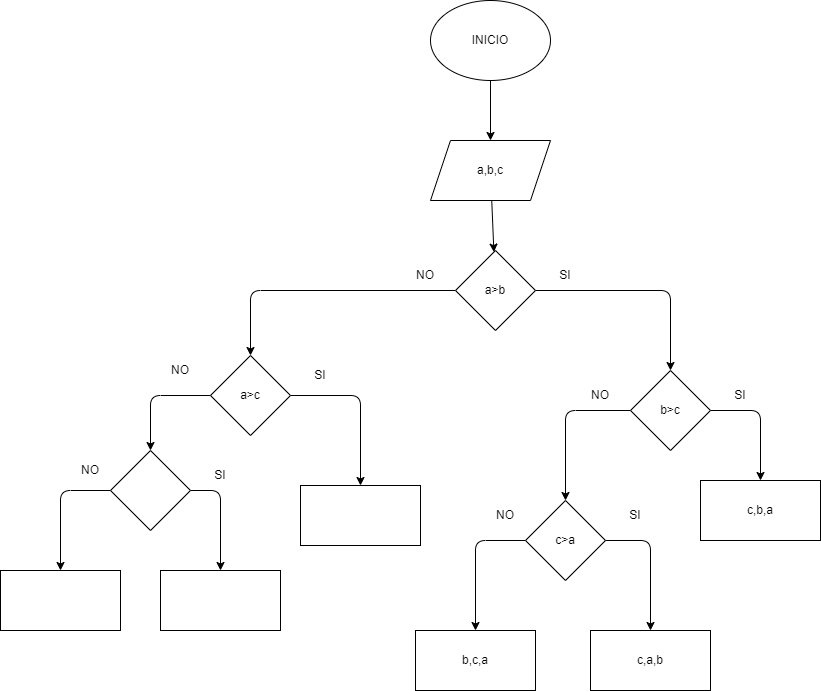
Steeven117/ordenar-numeros keeps this draw.io diagram as diagrama.png. Above is the earlier version. Source tidied: cells renumbered, new cells last; positions are measured from the earlier drawing's top-left corner, leaving out a move shared by most shapes.
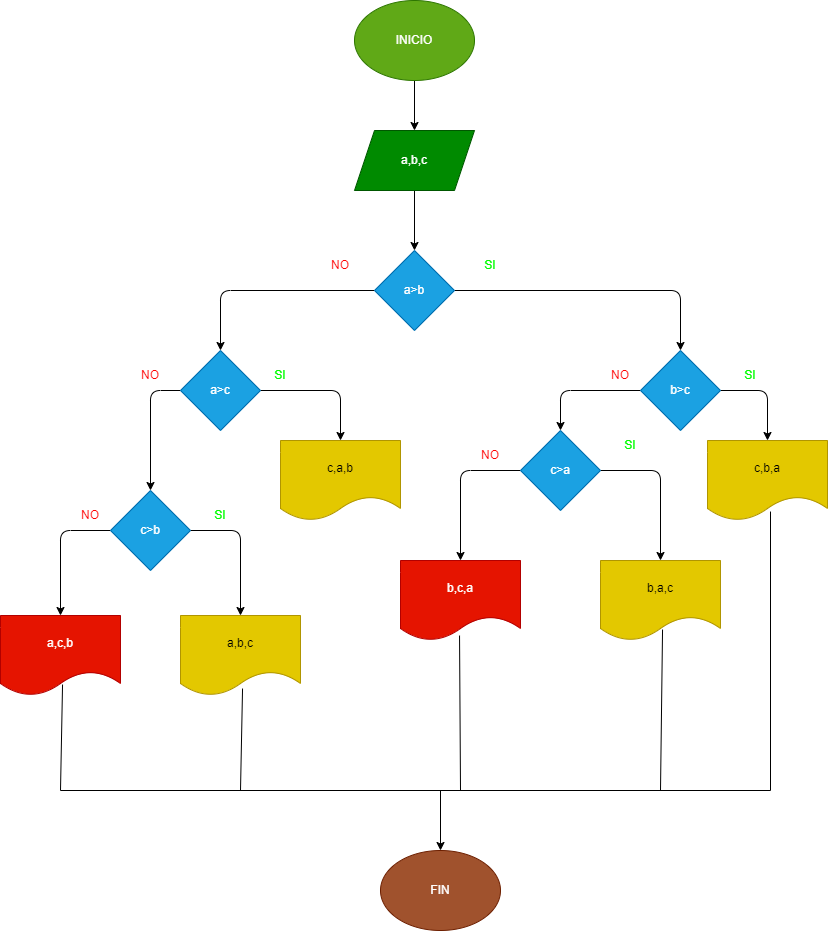
Later version of the same file.

What changed in the source:
```diff
@@ -5,147 +5,186 @@
     <mxCell id="2" style="edgeStyle=none;html=1;" parent="1" edge="1" source="3" target="5">
       <mxGeometry relative="1" as="geometry" />
     </mxCell>
-    <mxCell id="3" value="INICIO" style="ellipse;whiteSpace=wrap;html=1;" parent="1" vertex="1">
-      <mxGeometry x="430" width="120" height="80" as="geometry" />
+    <mxCell id="3" value="INICIO" style="ellipse;whiteSpace=wrap;html=1;fillColor=#60a917;fontColor=#ffffff;strokeColor=#2D7600;" parent="1" vertex="1">
+      <mxGeometry x="344" y="-30" width="120" height="80" as="geometry" />
     </mxCell>
     <mxCell id="4" style="edgeStyle=none;html=1;" parent="1" edge="1" source="5" target="8">
       <mxGeometry relative="1" as="geometry" />
     </mxCell>
-    <mxCell id="5" value="a,b,c" style="shape=parallelogram;perimeter=parallelogramPerimeter;whiteSpace=wrap;html=1;fixedSize=1;" parent="1" vertex="1">
-      <mxGeometry x="430" y="140" width="120" height="60" as="geometry" />
+    <mxCell id="5" value="a,b,c" style="shape=parallelogram;perimeter=parallelogramPerimeter;whiteSpace=wrap;html=1;fixedSize=1;fillColor=#008a00;fontColor=#ffffff;strokeColor=#005700;" parent="1" vertex="1">
+      <mxGeometry x="344" y="100" width="120" height="60" as="geometry" />
     </mxCell>
+    <mxCell id="37" style="edgeStyle=none;html=1;" parent="1" edge="1" source="8" target="13">
+      <mxGeometry relative="1" as="geometry">
+        <Array as="points">
+          <mxPoint x="670" y="260" />
+        </Array>
+      </mxGeometry>
+    </mxCell>
-    <mxCell id="6" style="edgeStyle=none;html=1;entryX=0.5;entryY=0;entryDx=0;entryDy=0;" parent="1" edge="1" source="8" target="19">
+    <mxCell id="6" style="edgeStyle=none;html=1;" parent="1" edge="1" source="8" target="41">
       <mxGeometry relative="1" as="geometry">
         <Array as="points">
-          <mxPoint x="250" y="290" />
+          <mxPoint x="210" y="260" />
         </Array>
       </mxGeometry>
     </mxCell>
+    <mxCell id="8" value="a&amp;gt;b" style="rhombus;whiteSpace=wrap;html=1;fillColor=#1ba1e2;fontColor=#ffffff;strokeColor=#006EAF;" parent="1" vertex="1">
+      <mxGeometry x="364" y="220" width="80" height="80" as="geometry" />
+    </mxCell>
-    <mxCell id="7" style="edgeStyle=none;html=1;entryX=0.5;entryY=0;entryDx=0;entryDy=0;" parent="1" edge="1" source="8" target="13">
+    <mxCell id="7" style="edgeStyle=none;html=1;" parent="1" edge="1" source="13" target="44">
       <mxGeometry relative="1" as="geometry">
         <Array as="points">
-          <mxPoint x="670" y="290" />
+          <mxPoint x="550" y="360" />
         </Array>
       </mxGeometry>
     </mxCell>
-    <mxCell id="8" value="a&amp;gt;b" style="rhombus;whiteSpace=wrap;html=1;" parent="1" vertex="1">
-      <mxGeometry x="455" y="250" width="80" height="80" as="geometry" />
-    </mxCell>
-    <mxCell id="9" value="SI" style="text;html=1;strokeColor=none;fillColor=none;align=center;verticalAlign=middle;whiteSpace=wrap;rounded=0;" parent="1" vertex="1">
-      <mxGeometry x="535" y="260" width="60" height="30" as="geometry" />
-    </mxCell>
-    <mxCell id="10" value="NO" style="text;html=1;strokeColor=none;fillColor=none;align=center;verticalAlign=middle;whiteSpace=wrap;rounded=0;" parent="1" vertex="1">
-      <mxGeometry x="395" y="260" width="60" height="30" as="geometry" />
-    </mxCell>
+    <mxCell id="38" style="edgeStyle=none;html=1;entryX=0.5;entryY=0;entryDx=0;entryDy=0;" parent="1" edge="1" source="13" target="18">
+      <mxGeometry relative="1" as="geometry">
+        <Array as="points">
+          <mxPoint x="757" y="360" />
+        </Array>
+      </mxGeometry>
+    </mxCell>
+    <mxCell id="13" value="b&amp;gt;c" style="rhombus;whiteSpace=wrap;html=1;fillColor=#1ba1e2;fontColor=#ffffff;strokeColor=#006EAF;" parent="1" vertex="1">
+      <mxGeometry x="630" y="320" width="80" height="80" as="geometry" />
+    </mxCell>
+    <mxCell id="39" style="edgeStyle=none;html=1;entryX=0.5;entryY=0;entryDx=0;entryDy=0;" parent="1" edge="1" source="41" target="24">
+      <mxGeometry relative="1" as="geometry">
+        <Array as="points">
+          <mxPoint x="330" y="360" />
+        </Array>
+      </mxGeometry>
+    </mxCell>
+    <mxCell id="40" style="edgeStyle=none;html=1;" parent="1" edge="1" source="41" target="46">
+      <mxGeometry relative="1" as="geometry">
+        <Array as="points">
+          <mxPoint x="140" y="360" />
+        </Array>
+      </mxGeometry>
+    </mxCell>
+    <mxCell id="41" value="a&amp;gt;c" style="rhombus;whiteSpace=wrap;html=1;fillColor=#1ba1e2;fontColor=#ffffff;strokeColor=#006EAF;" parent="1" vertex="1">
+      <mxGeometry x="170" y="320" width="80" height="80" as="geometry" />
+    </mxCell>
+    <mxCell id="42" style="edgeStyle=none;html=1;entryX=0.5;entryY=0;entryDx=0;entryDy=0;" parent="1" edge="1" source="44" target="52">
+      <mxGeometry relative="1" as="geometry">
+        <Array as="points">
+          <mxPoint x="650" y="440" />
+        </Array>
+      </mxGeometry>
+    </mxCell>
+    <mxCell id="43" style="edgeStyle=none;html=1;" parent="1" edge="1" source="44" target="21">
+      <mxGeometry relative="1" as="geometry">
+        <Array as="points">
+          <mxPoint x="450" y="440" />
+        </Array>
+      </mxGeometry>
+    </mxCell>
+    <mxCell id="44" value="c&amp;gt;a" style="rhombus;whiteSpace=wrap;html=1;fillColor=#1ba1e2;fontColor=#ffffff;strokeColor=#006EAF;" parent="1" vertex="1">
+      <mxGeometry x="510" y="400" width="80" height="80" as="geometry" />
+    </mxCell>
+    <mxCell id="45" style="edgeStyle=none;html=1;entryX=0.5;entryY=0;entryDx=0;entryDy=0;" parent="1" edge="1" source="46" target="20">
+      <mxGeometry relative="1" as="geometry">
+        <Array as="points">
+          <mxPoint x="230" y="500" />
+        </Array>
+      </mxGeometry>
+    </mxCell>
+    <mxCell id="14" style="edgeStyle=none;html=1;entryX=0.5;entryY=0;entryDx=0;entryDy=0;" parent="1" edge="1" source="46" target="51">
+      <mxGeometry relative="1" as="geometry">
+        <Array as="points">
+          <mxPoint x="50" y="500" />
+        </Array>
+      </mxGeometry>
+    </mxCell>
+    <mxCell id="46" value="c&amp;gt;b" style="rhombus;whiteSpace=wrap;html=1;fillColor=#1ba1e2;fontColor=#ffffff;strokeColor=#006EAF;" parent="1" vertex="1">
+      <mxGeometry x="100" y="460" width="80" height="80" as="geometry" />
+    </mxCell>
-    <mxCell id="11" style="edgeStyle=none;html=1;" parent="1" edge="1" source="13" target="14">
-      <mxGeometry relative="1" as="geometry">
-        <Array as="points">
-          <mxPoint x="760" y="410" />
-        </Array>
-      </mxGeometry>
+    <mxCell id="11" value="&lt;font color=&quot;#00ff00&quot;&gt;SI&lt;/font&gt;" style="text;html=1;strokeColor=none;fillColor=none;align=center;verticalAlign=middle;whiteSpace=wrap;rounded=0;" parent="1" vertex="1">
+      <mxGeometry x="450" y="220" width="60" height="30" as="geometry" />
     </mxCell>
-    <mxCell id="12" style="edgeStyle=none;html=1;entryX=0.5;entryY=0;entryDx=0;entryDy=0;" parent="1" edge="1" source="13" target="27">
-      <mxGeometry relative="1" as="geometry">
-        <Array as="points">
-          <mxPoint x="565" y="410" />
-        </Array>
-      </mxGeometry>
+    <mxCell id="12" value="&lt;font color=&quot;#ff0000&quot;&gt;NO&lt;/font&gt;" style="text;html=1;strokeColor=none;fillColor=none;align=center;verticalAlign=middle;whiteSpace=wrap;rounded=0;" parent="1" vertex="1">
+      <mxGeometry x="300" y="220" width="60" height="30" as="geometry" />
     </mxCell>
-    <mxCell id="13" value="b&amp;gt;c" style="rhombus;whiteSpace=wrap;html=1;" parent="1" vertex="1">
-      <mxGeometry x="630" y="370" width="80" height="80" as="geometry" />
-    </mxCell>
-    <mxCell id="14" value="c,b,a" style="whiteSpace=wrap;html=1;" parent="1" vertex="1">
-      <mxGeometry x="700" y="480" width="120" height="60" as="geometry" />
-    </mxCell>
-    <mxCell id="15" value="NO" style="text;html=1;strokeColor=none;fillColor=none;align=center;verticalAlign=middle;whiteSpace=wrap;rounded=0;" parent="1" vertex="1">
-      <mxGeometry x="570" y="380" width="60" height="30" as="geometry" />
+    <mxCell id="15" value="&lt;font color=&quot;#00ff00&quot;&gt;SI&lt;/font&gt;" style="text;html=1;strokeColor=none;fillColor=none;align=center;verticalAlign=middle;whiteSpace=wrap;rounded=0;" parent="1" vertex="1">
+      <mxGeometry x="710" y="330" width="60" height="30" as="geometry" />
     </mxCell>
-    <mxCell id="16" value="SI" style="text;html=1;strokeColor=none;fillColor=none;align=center;verticalAlign=middle;whiteSpace=wrap;rounded=0;" parent="1" vertex="1">
-      <mxGeometry x="710" y="380" width="60" height="30" as="geometry" />
+    <mxCell id="16" value="&lt;font color=&quot;#ff0000&quot;&gt;NO&lt;/font&gt;" style="text;html=1;strokeColor=none;fillColor=none;align=center;verticalAlign=middle;whiteSpace=wrap;rounded=0;" parent="1" vertex="1">
+      <mxGeometry x="580" y="330" width="60" height="30" as="geometry" />
     </mxCell>
+    <mxCell id="47" value="&lt;font color=&quot;#ff0000&quot;&gt;NO&lt;/font&gt;" style="text;html=1;strokeColor=none;fillColor=none;align=center;verticalAlign=middle;whiteSpace=wrap;rounded=0;" parent="1" vertex="1">
+      <mxGeometry x="450" y="410" width="60" height="30" as="geometry" />
+    </mxCell>
+    <mxCell id="48" value="&lt;font color=&quot;#00ff00&quot;&gt;SI&lt;/font&gt;" style="text;html=1;strokeColor=none;fillColor=none;align=center;verticalAlign=middle;whiteSpace=wrap;rounded=0;" parent="1" vertex="1">
+      <mxGeometry x="590" y="400" width="60" height="30" as="geometry" />
+    </mxCell>
+    <mxCell id="19" value="&lt;font color=&quot;#00ff00&quot;&gt;SI&lt;/font&gt;" style="text;html=1;strokeColor=none;fillColor=none;align=center;verticalAlign=middle;whiteSpace=wrap;rounded=0;" parent="1" vertex="1">
+      <mxGeometry x="240" y="330" width="60" height="30" as="geometry" />
+    </mxCell>
+    <mxCell id="49" value="&lt;font color=&quot;#ff0000&quot;&gt;NO&lt;/font&gt;" style="text;html=1;strokeColor=none;fillColor=none;align=center;verticalAlign=middle;whiteSpace=wrap;rounded=0;" parent="1" vertex="1">
+      <mxGeometry x="110" y="330" width="60" height="30" as="geometry" />
+    </mxCell>
-    <mxCell id="17" style="edgeStyle=none;html=1;entryX=0.5;entryY=0;entryDx=0;entryDy=0;" parent="1" edge="1" source="19" target="32">
-      <mxGeometry relative="1" as="geometry">
-        <Array as="points">
-          <mxPoint x="360" y="395" />
-        </Array>
-      </mxGeometry>
+    <mxCell id="17" value="&lt;font color=&quot;#00ff00&quot;&gt;SI&lt;/font&gt;" style="text;html=1;strokeColor=none;fillColor=none;align=center;verticalAlign=middle;whiteSpace=wrap;rounded=0;" parent="1" vertex="1">
+      <mxGeometry x="180" y="470" width="60" height="30" as="geometry" />
     </mxCell>
-    <mxCell id="18" style="edgeStyle=none;html=1;" parent="1" edge="1" source="19" target="24">
-      <mxGeometry relative="1" as="geometry">
-        <Array as="points">
-          <mxPoint x="150" y="395" />
-        </Array>
-      </mxGeometry>
-    </mxCell>
-    <mxCell id="19" value="a&amp;gt;c" style="rhombus;whiteSpace=wrap;html=1;" parent="1" vertex="1">
-      <mxGeometry x="210" y="355" width="80" height="80" as="geometry" />
-    </mxCell>
+    <mxCell id="50" value="&lt;font color=&quot;#ff0000&quot;&gt;NO&lt;/font&gt;" style="text;html=1;strokeColor=none;fillColor=none;align=center;verticalAlign=middle;whiteSpace=wrap;rounded=0;" parent="1" vertex="1">
+      <mxGeometry x="50" y="470" width="60" height="30" as="geometry" />
+    </mxCell>
+    <mxCell id="51" value="&lt;font color=&quot;#ffffff&quot;&gt;a,c,b&lt;/font&gt;" style="shape=document;whiteSpace=wrap;html=1;boundedLbl=1;fontColor=#ffffff;fillColor=#e51400;strokeColor=#B20000;" parent="1" vertex="1">
+      <mxGeometry x="-10" y="585" width="120" height="80" as="geometry" />
+    </mxCell>
-    <mxCell id="20" value="SI" style="text;html=1;strokeColor=none;fillColor=none;align=center;verticalAlign=middle;whiteSpace=wrap;rounded=0;" parent="1" vertex="1">
-      <mxGeometry x="290" y="360" width="60" height="30" as="geometry" />
+    <mxCell id="20" value="a,b,c" style="shape=document;whiteSpace=wrap;html=1;boundedLbl=1;fontColor=#000000;fillColor=#e3c800;strokeColor=#B09500;" parent="1" vertex="1">
+      <mxGeometry x="170" y="585" width="120" height="80" as="geometry" />
     </mxCell>
-    <mxCell id="21" value="NO" style="text;html=1;strokeColor=none;fillColor=none;align=center;verticalAlign=middle;whiteSpace=wrap;rounded=0;" parent="1" vertex="1">
-      <mxGeometry x="150" y="355" width="60" height="30" as="geometry" />
+    <mxCell id="21" value="b,c,a" style="shape=document;whiteSpace=wrap;html=1;boundedLbl=1;fontColor=#ffffff;fillColor=#e51400;strokeColor=#B20000;" parent="1" vertex="1">
+      <mxGeometry x="390" y="530" width="120" height="80" as="geometry" />
     </mxCell>
-    <mxCell id="22" style="edgeStyle=none;html=1;entryX=0.5;entryY=0;entryDx=0;entryDy=0;" parent="1" edge="1" source="24" target="34">
-      <mxGeometry relative="1" as="geometry">
-        <Array as="points">
-          <mxPoint x="220" y="490" />
-        </Array>
-      </mxGeometry>
-    </mxCell>
-    <mxCell id="23" style="edgeStyle=none;html=1;" parent="1" edge="1" source="24" target="33">
-      <mxGeometry relative="1" as="geometry">
-        <Array as="points">
-          <mxPoint x="60" y="490" />
-        </Array>
-      </mxGeometry>
-    </mxCell>
+    <mxCell id="52" value="b,a,c" style="shape=document;whiteSpace=wrap;html=1;boundedLbl=1;fontColor=#000000;fillColor=#e3c800;strokeColor=#B09500;" parent="1" vertex="1">
+      <mxGeometry x="590" y="530" width="120" height="80" as="geometry" />
+    </mxCell>
-    <mxCell id="24" style="rhombus;whiteSpace=wrap;html=1;" parent="1" vertex="1">
-      <mxGeometry x="110" y="450" width="80" height="80" as="geometry" />
+    <mxCell id="24" value="c,a,b" style="shape=document;whiteSpace=wrap;html=1;boundedLbl=1;fontColor=#000000;fillColor=#e3c800;strokeColor=#B09500;" parent="1" vertex="1">
+      <mxGeometry x="270" y="410" width="120" height="80" as="geometry" />
     </mxCell>
-    <mxCell id="25" style="edgeStyle=none;html=1;" parent="1" edge="1" source="27" target="28">
-      <mxGeometry relative="1" as="geometry">
-        <Array as="points">
-          <mxPoint x="475" y="540" />
-        </Array>
-      </mxGeometry>
-    </mxCell>
-    <mxCell id="26" style="edgeStyle=none;html=1;entryX=0.5;entryY=0;entryDx=0;entryDy=0;" parent="1" edge="1" source="27" target="29">
-      <mxGeometry relative="1" as="geometry">
-        <Array as="points">
-          <mxPoint x="650" y="540" />
-        </Array>
-      </mxGeometry>
-    </mxCell>
+    <mxCell id="18" value="c,b,a" style="shape=document;whiteSpace=wrap;html=1;boundedLbl=1;fontColor=#000000;fillColor=#e3c800;strokeColor=#B09500;" parent="1" vertex="1">
+      <mxGeometry x="697" y="410" width="120" height="80" as="geometry" />
+    </mxCell>
+    <mxCell id="53" style="endArrow=none;html=1;fontColor=#FFFFFF;" parent="1" edge="1">
+      <mxGeometry relative="1" as="geometry">
+        <mxPoint x="50" y="760" as="sourcePoint" />
+        <mxPoint x="760" y="760" as="targetPoint" />
+      </mxGeometry>
+    </mxCell>
-    <mxCell id="27" value="c&amp;gt;a" style="rhombus;whiteSpace=wrap;html=1;" parent="1" vertex="1">
-      <mxGeometry x="525" y="500" width="80" height="80" as="geometry" />
+    <mxCell id="27" style="endArrow=none;html=1;fontColor=#FFFFFF;entryX=0.517;entryY=0.863;entryDx=0;entryDy=0;entryPerimeter=0;" parent="1" edge="1" target="51">
+      <mxGeometry relative="1" as="geometry">
+        <mxPoint x="50" y="760" as="sourcePoint" />
+      </mxGeometry>
     </mxCell>
-    <mxCell id="28" value="b,c,a" style="whiteSpace=wrap;html=1;" parent="1" vertex="1">
-      <mxGeometry x="415" y="630" width="120" height="60" as="geometry" />
+    <mxCell id="28" style="endArrow=none;html=1;fontColor=#FFFFFF;entryX=0.517;entryY=0.913;entryDx=0;entryDy=0;entryPerimeter=0;" parent="1" edge="1" target="20">
+      <mxGeometry relative="1" as="geometry">
+        <mxPoint x="230" y="760" as="sourcePoint" />
+      </mxGeometry>
     </mxCell>
+    <mxCell id="25" style="endArrow=none;html=1;fontColor=#FFFFFF;entryX=0.492;entryY=0.938;entryDx=0;entryDy=0;entryPerimeter=0;" parent="1" edge="1" target="21">
+      <mxGeometry relative="1" as="geometry">
+        <mxPoint x="450" y="760" as="sourcePoint" />
+      </mxGeometry>
+    </mxCell>
+    <mxCell id="54" style="endArrow=none;html=1;fontColor=#FFFFFF;entryX=0.517;entryY=0.863;entryDx=0;entryDy=0;entryPerimeter=0;" parent="1" edge="1" target="52">
+      <mxGeometry relative="1" as="geometry">
+        <mxPoint x="650" y="760" as="sourcePoint" />
+      </mxGeometry>
+    </mxCell>
+    <mxCell id="55" style="endArrow=none;html=1;fontColor=#FFFFFF;entryX=0.525;entryY=0.888;entryDx=0;entryDy=0;entryPerimeter=0;" parent="1" edge="1" target="18">
+      <mxGeometry relative="1" as="geometry">
+        <mxPoint x="760" y="760" as="sourcePoint" />
+      </mxGeometry>
+    </mxCell>
+    <mxCell id="56" value="FIN" style="ellipse;whiteSpace=wrap;html=1;fontColor=#ffffff;fillColor=#a0522d;strokeColor=#6D1F00;" parent="1" vertex="1">
+      <mxGeometry x="370" y="820" width="120" height="80" as="geometry" />
+    </mxCell>
-    <mxCell id="29" value="c,a,b" style="rounded=0;whiteSpace=wrap;html=1;" parent="1" vertex="1">
-      <mxGeometry x="590" y="630" width="120" height="60" as="geometry" />
+    <mxCell id="29" style="endArrow=classic;html=1;fontColor=#FFFFFF;entryX=0.5;entryY=0;entryDx=0;entryDy=0;" parent="1" edge="1" target="56">
+      <mxGeometry relative="1" as="geometry">
+        <mxPoint x="430" y="760" as="sourcePoint" />
+      </mxGeometry>
     </mxCell>
-    <mxCell id="30" value="SI" style="text;html=1;strokeColor=none;fillColor=none;align=center;verticalAlign=middle;whiteSpace=wrap;rounded=0;" parent="1" vertex="1">
-      <mxGeometry x="605" y="500" width="60" height="30" as="geometry" />
-    </mxCell>
-    <mxCell id="31" value="NO" style="text;html=1;strokeColor=none;fillColor=none;align=center;verticalAlign=middle;whiteSpace=wrap;rounded=0;" parent="1" vertex="1">
-      <mxGeometry x="475" y="500" width="60" height="30" as="geometry" />
-    </mxCell>
-    <mxCell id="32" style="rounded=0;whiteSpace=wrap;html=1;" parent="1" vertex="1">
-      <mxGeometry x="300" y="485" width="120" height="60" as="geometry" />
-    </mxCell>
-    <mxCell id="33" style="whiteSpace=wrap;html=1;" parent="1" vertex="1">
-      <mxGeometry y="570" width="120" height="60" as="geometry" />
-    </mxCell>
-    <mxCell id="34" style="rounded=0;whiteSpace=wrap;html=1;" parent="1" vertex="1">
-      <mxGeometry x="160" y="570" width="120" height="60" as="geometry" />
-    </mxCell>
-    <mxCell id="35" value="NO" style="text;html=1;strokeColor=none;fillColor=none;align=center;verticalAlign=middle;whiteSpace=wrap;rounded=0;" parent="1" vertex="1">
-      <mxGeometry x="60" y="455" width="60" height="30" as="geometry" />
-    </mxCell>
-    <mxCell id="36" value="SI" style="text;html=1;strokeColor=none;fillColor=none;align=center;verticalAlign=middle;whiteSpace=wrap;rounded=0;" parent="1" vertex="1">
-      <mxGeometry x="190" y="460" width="60" height="30" as="geometry" />
-    </mxCell>
   </root>
 </mxGraphModel>
```
